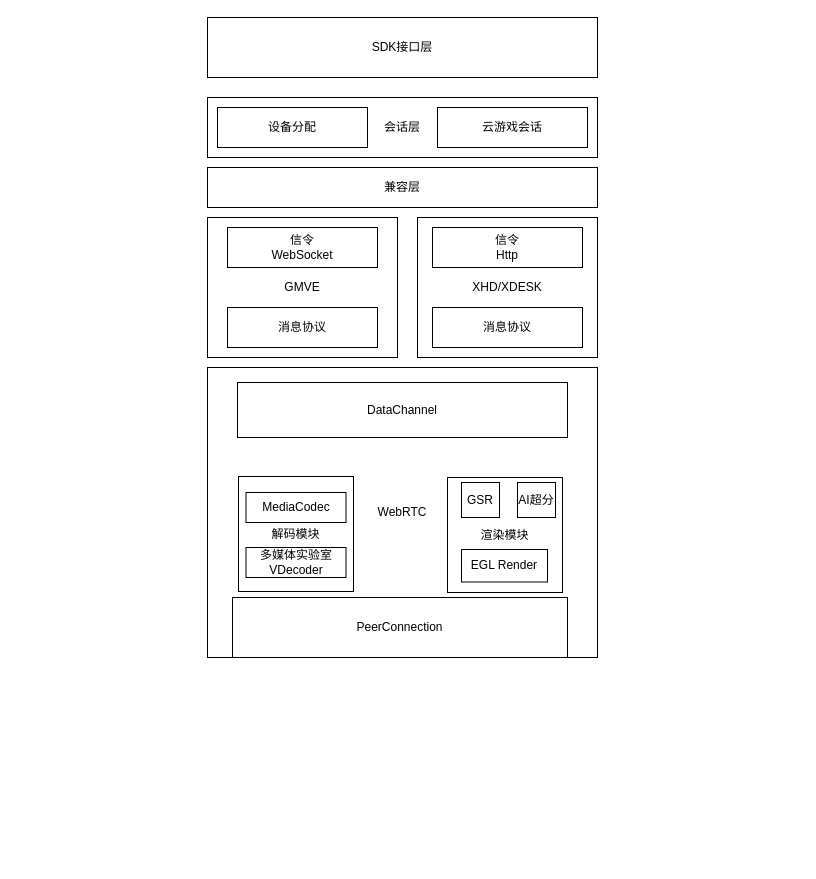
Earlier version of the draw.io diagram 多RTC架构图.drawio (Eveninger/draw.io). Source tidied: cells renumbered, new cells numbered last; positions are measured from the earlier drawing's top-left corner, leaving out a move shared by most shapes. Both pictures are drawn from the tidied source at 100%, with x=0, y=0 at pixel (207, 17).
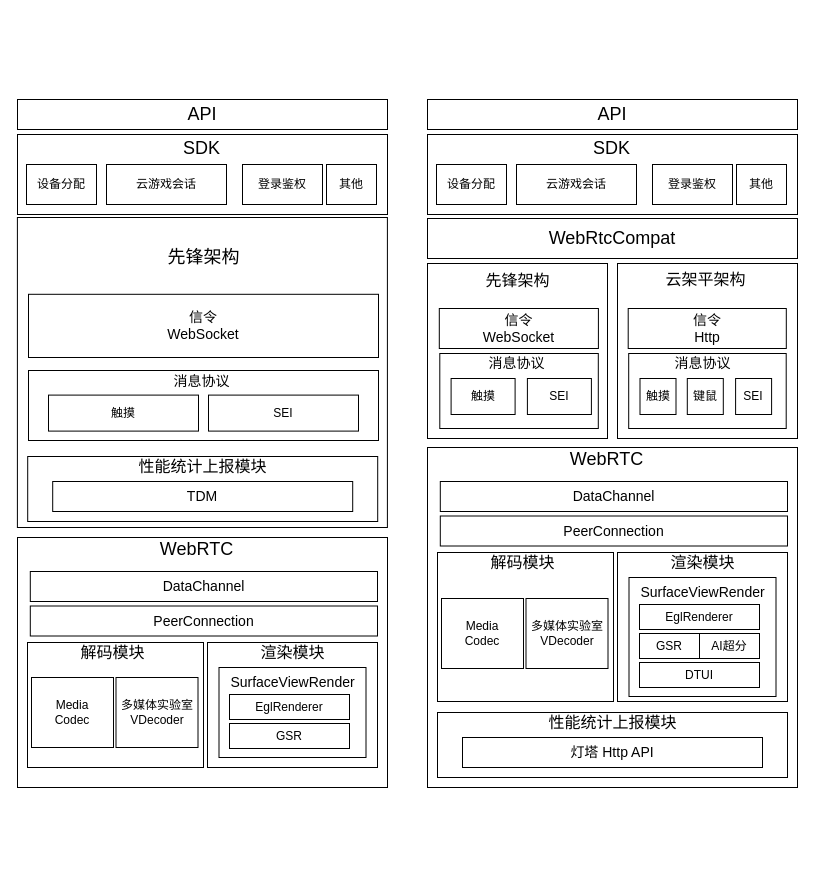
The same page after the edit.

Commit message (it also covers changes not shown here):
更新多RTC架构图.drawio

Diff of the diagram source:
```diff
@@
-    <mxCell id="2" value="会话层" style="rounded=0;whiteSpace=wrap;html=1;" parent="1" vertex="1">
-      <mxGeometry y="80" width="390" height="60" as="geometry" />
+    <mxCell id="2" style="rounded=0;whiteSpace=wrap;html=1;" parent="1" vertex="1">
+      <mxGeometry x="220" y="117" width="370" height="80" as="geometry" />
     </mxCell>
-    <mxCell id="3" value="SDK接口层" style="rounded=0;whiteSpace=wrap;html=1;" parent="1" vertex="1">
-      <mxGeometry width="390" height="60" as="geometry" />
-    </mxCell>
-    <mxCell id="4" value="设备分配" style="rounded=0;whiteSpace=wrap;html=1;" parent="1" vertex="1">
-      <mxGeometry x="10" y="90" width="150" height="40" as="geometry" />
+    <mxCell id="4" value="&lt;font face=&quot;腾讯体&quot;&gt;设备分配&lt;/font&gt;" style="rounded=0;whiteSpace=wrap;html=1;" parent="1" vertex="1">
+      <mxGeometry x="229" y="147" width="70" height="40" as="geometry" />
     </mxCell>
-    <mxCell id="5" value="云游戏会话" style="rounded=0;whiteSpace=wrap;html=1;" parent="1" vertex="1">
-      <mxGeometry x="230" y="90" width="150" height="40" as="geometry" />
+    <mxCell id="5" value="云游戏会话" style="rounded=0;whiteSpace=wrap;html=1;fontFamily=腾讯体;" parent="1" vertex="1">
+      <mxGeometry x="309" y="147" width="120" height="40" as="geometry" />
     </mxCell>
-    <mxCell id="6" value="兼容层" style="rounded=0;whiteSpace=wrap;html=1;" parent="1" vertex="1">
-      <mxGeometry y="150" width="390" height="40" as="geometry" />
+    <mxCell id="6" value="&lt;font face=&quot;腾讯体&quot;&gt;WebRtcCompat&lt;/font&gt;" style="rounded=0;whiteSpace=wrap;html=1;fontSize=18;" parent="1" vertex="1">
+      <mxGeometry x="220" y="201" width="370" height="40" as="geometry" />
     </mxCell>
-    <mxCell id="7" value="GMVE" style="rounded=0;whiteSpace=wrap;html=1;" parent="1" vertex="1">
-      <mxGeometry y="200" width="190" height="140" as="geometry" />
-    </mxCell>
-    <mxCell id="8" value="XHD/XDESK" style="rounded=0;whiteSpace=wrap;html=1;" parent="1" vertex="1">
-      <mxGeometry x="210" y="200" width="180" height="140" as="geometry" />
-    </mxCell>
-    <mxCell id="9" value="WebRTC" style="rounded=0;whiteSpace=wrap;html=1;" parent="1" vertex="1">
-      <mxGeometry y="350" width="390" height="290" as="geometry" />
+    <mxCell id="9" style="rounded=0;whiteSpace=wrap;html=1;" parent="1" vertex="1">
+      <mxGeometry x="220" y="430" width="370" height="340" as="geometry" />
     </mxCell>
-    <mxCell id="10" value="消息协议" style="rounded=0;whiteSpace=wrap;html=1;" parent="1" vertex="1">
-      <mxGeometry x="20" y="290" width="150" height="40" as="geometry" />
-    </mxCell>
-    <mxCell id="11" value="消息协议" style="rounded=0;whiteSpace=wrap;html=1;" parent="1" vertex="1">
-      <mxGeometry x="225" y="290" width="150" height="40" as="geometry" />
-    </mxCell>
-    <mxCell id="12" value="信令&lt;br&gt;WebSocket" style="rounded=0;whiteSpace=wrap;html=1;" parent="1" vertex="1">
-      <mxGeometry x="20" y="210" width="150" height="40" as="geometry" />
-    </mxCell>
+    <mxCell id="22" value="DataChannel" style="rounded=0;whiteSpace=wrap;html=1;fontFamily=腾讯体;fontSize=14;" parent="1" vertex="1">
+      <mxGeometry x="232.8" y="464" width="347.2" height="30" as="geometry" />
+    </mxCell>
+    <mxCell id="23" value="&lt;font style=&quot;font-size: 18px;&quot;&gt;API&lt;/font&gt;" style="rounded=0;whiteSpace=wrap;html=1;fontFamily=腾讯体;fontSize=16;" parent="1" vertex="1">
+      <mxGeometry x="220" y="82" width="370" height="30" as="geometry" />
+    </mxCell>
+    <mxCell id="24" value="&lt;font style=&quot;font-size: 18px;&quot;&gt;SDK&lt;/font&gt;" style="text;html=1;align=center;verticalAlign=middle;strokeColor=none;fillColor=none;fontFamily=腾讯体;" parent="1" vertex="1">
+      <mxGeometry x="374" y="111" width="60" height="40" as="geometry" />
+    </mxCell>
+    <mxCell id="25" value="WebRTC" style="text;html=1;align=center;verticalAlign=middle;strokeColor=none;fillColor=none;fontSize=18;fontFamily=腾讯体;" parent="1" vertex="1">
+      <mxGeometry x="354" y="422" width="90" height="40" as="geometry" />
+    </mxCell>
+    <mxCell id="26" value="PeerConnection" style="rounded=0;whiteSpace=wrap;html=1;fontFamily=腾讯体;fontSize=14;" parent="1" vertex="1">
+      <mxGeometry x="232.8" y="498.5" width="347.2" height="30" as="geometry" />
+    </mxCell>
+    <mxCell id="27" style="group;" parent="1" vertex="1">
+      <mxGeometry x="230" y="530" width="176" height="154" as="geometry" />
+    </mxCell>
+    <mxCell id="28" style="rounded=0;whiteSpace=wrap;html=1;" parent="27" vertex="1">
+      <mxGeometry y="5" width="176" height="149" as="geometry" />
+    </mxCell>
+    <mxCell id="29" value="解码模块" style="text;html=1;align=center;verticalAlign=middle;strokeColor=none;fillColor=none;fontFamily=腾讯体;fontSize=16;" parent="27" vertex="1">
+      <mxGeometry x="40" width="90" height="30" as="geometry" />
+    </mxCell>
+    <mxCell id="30" value="&lt;font face=&quot;腾讯体&quot;&gt;Media&lt;br&gt;Codec&lt;/font&gt;" style="rounded=0;whiteSpace=wrap;html=1;" parent="27" vertex="1">
+      <mxGeometry x="4" y="51" width="82" height="70" as="geometry" />
+    </mxCell>
+    <mxCell id="31" value="&lt;font face=&quot;腾讯体&quot;&gt;多媒体实验室&lt;/font&gt;&lt;div&gt;&lt;font face=&quot;腾讯体&quot;&gt;VDecoder&lt;/font&gt;&lt;/div&gt;" style="rounded=0;whiteSpace=wrap;html=1;" parent="27" vertex="1">
+      <mxGeometry x="88.5" y="51" width="82" height="70" as="geometry" />
+    </mxCell>
+    <mxCell id="32" style="group;" parent="1" vertex="1">
+      <mxGeometry x="410" y="530" width="170" height="154" as="geometry" />
+    </mxCell>
+    <mxCell id="33" style="rounded=0;whiteSpace=wrap;html=1;" parent="32" vertex="1">
+      <mxGeometry y="5" width="170" height="149" as="geometry" />
+    </mxCell>
+    <mxCell id="34" value="渲染模块" style="text;html=1;align=center;verticalAlign=middle;strokeColor=none;fillColor=none;fontFamily=腾讯体;fontSize=16;" parent="32" vertex="1">
+      <mxGeometry x="40" width="90" height="30" as="geometry" />
+    </mxCell>
+    <mxCell id="35" style="rounded=0;whiteSpace=wrap;html=1;" parent="32" vertex="1">
+      <mxGeometry x="11.5" y="30" width="147" height="119" as="geometry" />
+    </mxCell>
+    <mxCell id="36" value="&lt;font style=&quot;font-size: 14px;&quot;&gt;SurfaceView&lt;span style=&quot;background-color: transparent; color: light-dark(rgb(0, 0, 0), rgb(255, 255, 255));&quot;&gt;Render&lt;/span&gt;&lt;/font&gt;" style="text;html=1;align=center;verticalAlign=middle;strokeColor=none;fillColor=none;fontFamily=腾讯体;" parent="32" vertex="1">
+      <mxGeometry x="10" y="30" width="150" height="30" as="geometry" />
+    </mxCell>
+    <mxCell id="37" value="&lt;font face=&quot;腾讯体&quot;&gt;EglRenderer&lt;/font&gt;" style="rounded=0;whiteSpace=wrap;html=1;" parent="32" vertex="1">
+      <mxGeometry x="22" y="57" width="120" height="25" as="geometry" />
+    </mxCell>
+    <mxCell id="38" value="&lt;font face=&quot;腾讯体&quot;&gt;GSR&lt;/font&gt;" style="rounded=0;whiteSpace=wrap;html=1;" parent="32" vertex="1">
+      <mxGeometry x="22" y="86" width="60" height="25" as="geometry" />
+    </mxCell>
+    <mxCell id="20" value="&lt;font face=&quot;腾讯体&quot;&gt;AI超分&lt;/font&gt;" style="rounded=0;whiteSpace=wrap;html=1;" parent="32" vertex="1">
+      <mxGeometry x="82" y="86" width="60" height="25" as="geometry" />
+    </mxCell>
+    <mxCell id="39" value="&lt;font face=&quot;腾讯体&quot;&gt;DTUI&lt;/font&gt;" style="rounded=0;whiteSpace=wrap;html=1;" parent="32" vertex="1">
+      <mxGeometry x="22" y="115" width="120" height="25" as="geometry" />
+    </mxCell>
+    <mxCell id="40" style="group;" parent="1" vertex="1">
+      <mxGeometry x="410" y="246" width="180" height="175" as="geometry" />
+    </mxCell>
+    <mxCell id="41" style="rounded=0;whiteSpace=wrap;html=1;" parent="40" vertex="1">
+      <mxGeometry width="180" height="175" as="geometry" />
+    </mxCell>
+    <mxCell id="42" style="rounded=0;whiteSpace=wrap;html=1;" parent="40" vertex="1">
+      <mxGeometry x="11.2" y="90" width="157.5" height="75" as="geometry" />
+    </mxCell>
-    <mxCell id="13" value="信令&lt;br&gt;Http" style="rounded=0;whiteSpace=wrap;html=1;" parent="1" vertex="1">
-      <mxGeometry x="225" y="210" width="150" height="40" as="geometry" />
+    <mxCell id="13" value="&lt;font style=&quot;font-size: 14px;&quot; face=&quot;腾讯体&quot;&gt;信令&lt;br&gt;Http&lt;/font&gt;" style="rounded=0;whiteSpace=wrap;html=1;" parent="40" vertex="1">
+      <mxGeometry x="10.7" y="45" width="158.1" height="40" as="geometry" />
     </mxCell>
-    <mxCell id="14" value="解码模块" style="whiteSpace=wrap;html=1;" parent="1" vertex="1">
-      <mxGeometry x="31" y="459" width="115" height="115" as="geometry" />
-    </mxCell>
-    <mxCell id="15" value="MediaCodec" style="rounded=0;whiteSpace=wrap;html=1;" parent="1" vertex="1">
-      <mxGeometry x="38.5" y="475" width="100" height="30" as="geometry" />
-    </mxCell>
-    <mxCell id="16" value="多媒体实验室&lt;br&gt;VDecoder" style="rounded=0;whiteSpace=wrap;html=1;" parent="1" vertex="1">
-      <mxGeometry x="38.5" y="530" width="100" height="30" as="geometry" />
-    </mxCell>
-    <mxCell id="17" value="渲染模块" style="whiteSpace=wrap;html=1;" parent="1" vertex="1">
-      <mxGeometry x="240" y="460" width="115" height="115" as="geometry" />
-    </mxCell>
-    <mxCell id="18" value="EGL Render" style="rounded=0;whiteSpace=wrap;html=1;" parent="1" vertex="1">
-      <mxGeometry x="254" y="532" width="86" height="32.5" as="geometry" />
-    </mxCell>
-    <mxCell id="19" value="GSR" style="rounded=0;whiteSpace=wrap;html=1;" parent="1" vertex="1">
-      <mxGeometry x="254" y="465" width="38" height="35" as="geometry" />
-    </mxCell>
-    <mxCell id="20" value="AI超分" style="rounded=0;whiteSpace=wrap;html=1;" parent="1" vertex="1">
-      <mxGeometry x="310" y="465" width="38" height="35" as="geometry" />
-    </mxCell>
-    <mxCell id="21" value="PeerConnection" style="rounded=0;whiteSpace=wrap;html=1;" parent="1" vertex="1">
-      <mxGeometry x="25" y="580" width="335" height="60" as="geometry" />
-    </mxCell>
-    <mxCell id="22" value="DataChannel" style="rounded=0;whiteSpace=wrap;html=1;" parent="1" vertex="1">
-      <mxGeometry x="30" y="365" width="330" height="55" as="geometry" />
-    </mxCell>
+    <mxCell id="43" value="云架平架构" style="text;html=1;align=center;verticalAlign=middle;strokeColor=none;fillColor=none;fontSize=16;fontFamily=腾讯体;" parent="40" vertex="1">
+      <mxGeometry x="37.7" y="1" width="100" height="30" as="geometry" />
+    </mxCell>
+    <mxCell id="44" value="&lt;font style=&quot;font-size: 14px;&quot; face=&quot;腾讯体&quot;&gt;消息协议&lt;/font&gt;" style="text;html=1;align=center;verticalAlign=middle;strokeColor=none;fillColor=none;" parent="40" vertex="1">
+      <mxGeometry x="45" y="85" width="80" height="30" as="geometry" />
+    </mxCell>
+    <mxCell id="45" value="触摸" style="whiteSpace=wrap;html=1;fontFamily=腾讯体;" parent="40" vertex="1">
+      <mxGeometry x="22.5" y="115" width="36" height="36" as="geometry" />
+    </mxCell>
+    <mxCell id="46" value="键鼠" style="whiteSpace=wrap;html=1;fontFamily=腾讯体;" parent="40" vertex="1">
+      <mxGeometry x="69.8" y="115" width="36" height="36" as="geometry" />
+    </mxCell>
+    <mxCell id="47" value="SEI" style="whiteSpace=wrap;html=1;fontFamily=腾讯体;" parent="40" vertex="1">
+      <mxGeometry x="118.1" y="115" width="36" height="36" as="geometry" />
+    </mxCell>
+    <mxCell id="48" style="group;" parent="1" vertex="1">
+      <mxGeometry x="221" y="246" width="180" height="175" as="geometry" />
+    </mxCell>
+    <mxCell id="49" style="rounded=0;whiteSpace=wrap;html=1;" parent="48" vertex="1">
+      <mxGeometry x="-1" width="180" height="175" as="geometry" />
+    </mxCell>
+    <mxCell id="50" style="rounded=0;whiteSpace=wrap;html=1;" parent="48" vertex="1">
+      <mxGeometry x="11.3" y="90" width="158.5" height="75" as="geometry" />
+    </mxCell>
+    <mxCell id="51" value="&lt;font face=&quot;腾讯体&quot;&gt;&lt;span style=&quot;font-size: 14px;&quot;&gt;信令&lt;br&gt;WebSocket&lt;/span&gt;&lt;/font&gt;" style="rounded=0;whiteSpace=wrap;html=1;" parent="48" vertex="1">
+      <mxGeometry x="10.8" y="45" width="159.1" height="40" as="geometry" />
+    </mxCell>
+    <mxCell id="52" value="先锋架构" style="text;html=1;align=center;verticalAlign=middle;strokeColor=none;fillColor=none;fontSize=16;fontFamily=腾讯体;" parent="48" vertex="1">
+      <mxGeometry x="43.5" y="2" width="90" height="30" as="geometry" />
+    </mxCell>
+    <mxCell id="53" value="&lt;font style=&quot;font-size: 14px;&quot; face=&quot;腾讯体&quot;&gt;消息协议&lt;/font&gt;" style="text;html=1;align=center;verticalAlign=middle;strokeColor=none;fillColor=none;" parent="48" vertex="1">
+      <mxGeometry x="48.3" y="85" width="80" height="30" as="geometry" />
+    </mxCell>
+    <mxCell id="54" value="触摸" style="whiteSpace=wrap;html=1;fontFamily=腾讯体;" parent="48" vertex="1">
+      <mxGeometry x="22.6" y="115" width="64" height="36" as="geometry" />
+    </mxCell>
+    <mxCell id="55" value="SEI" style="whiteSpace=wrap;html=1;fontFamily=腾讯体;" parent="48" vertex="1">
+      <mxGeometry x="98.9" y="115" width="64" height="36" as="geometry" />
+    </mxCell>
+    <mxCell id="56" value="登录鉴权" style="rounded=0;whiteSpace=wrap;html=1;fontFamily=腾讯体;" parent="1" vertex="1">
+      <mxGeometry x="445" y="147" width="80" height="40" as="geometry" />
+    </mxCell>
+    <mxCell id="57" value="其他" style="rounded=0;whiteSpace=wrap;html=1;fontFamily=腾讯体;" parent="1" vertex="1">
+      <mxGeometry x="529" y="147" width="50" height="40" as="geometry" />
+    </mxCell>
+    <mxCell id="58" style="group;" parent="1" vertex="1">
+      <mxGeometry x="230" y="690" width="350" height="154" as="geometry" />
+    </mxCell>
+    <mxCell id="59" style="group;" parent="58" vertex="1">
+      <mxGeometry width="350" height="70" as="geometry" />
+    </mxCell>
+    <mxCell id="60" style="rounded=0;whiteSpace=wrap;html=1;" parent="59" vertex="1">
+      <mxGeometry y="5" width="350" height="65" as="geometry" />
+    </mxCell>
+    <mxCell id="61" value="性能统计上报模块" style="text;html=1;align=center;verticalAlign=middle;strokeColor=none;fillColor=none;fontFamily=腾讯体;fontSize=16;" parent="59" vertex="1">
+      <mxGeometry x="100" width="150" height="30" as="geometry" />
+    </mxCell>
+    <mxCell id="62" value="灯塔 Http API" style="rounded=0;whiteSpace=wrap;html=1;fontFamily=腾讯体;fontSize=14;" parent="59" vertex="1">
+      <mxGeometry x="25" y="30" width="300" height="30" as="geometry" />
+    </mxCell>
+    <mxCell id="63" style="rounded=0;whiteSpace=wrap;html=1;" parent="1" vertex="1">
+      <mxGeometry x="-190" y="117" width="370" height="80" as="geometry" />
+    </mxCell>
+    <mxCell id="64" value="&lt;font face=&quot;腾讯体&quot;&gt;设备分配&lt;/font&gt;" style="rounded=0;whiteSpace=wrap;html=1;" parent="1" vertex="1">
+      <mxGeometry x="-181" y="147" width="70" height="40" as="geometry" />
+    </mxCell>
+    <mxCell id="65" value="云游戏会话" style="rounded=0;whiteSpace=wrap;html=1;fontFamily=腾讯体;" parent="1" vertex="1">
+      <mxGeometry x="-101" y="147" width="120" height="40" as="geometry" />
+    </mxCell>
+    <mxCell id="66" style="rounded=0;whiteSpace=wrap;html=1;" parent="1" vertex="1">
+      <mxGeometry x="-190" y="520" width="370" height="250" as="geometry" />
+    </mxCell>
+    <mxCell id="67" value="DataChannel" style="rounded=0;whiteSpace=wrap;html=1;fontFamily=腾讯体;fontSize=14;" parent="1" vertex="1">
+      <mxGeometry x="-177.2" y="554" width="347.2" height="30" as="geometry" />
+    </mxCell>
+    <mxCell id="68" value="&lt;font style=&quot;font-size: 18px;&quot;&gt;API&lt;/font&gt;" style="rounded=0;whiteSpace=wrap;html=1;fontFamily=腾讯体;fontSize=16;" parent="1" vertex="1">
+      <mxGeometry x="-190" y="82" width="370" height="30" as="geometry" />
+    </mxCell>
+    <mxCell id="69" value="&lt;font style=&quot;font-size: 18px;&quot;&gt;SDK&lt;/font&gt;" style="text;html=1;align=center;verticalAlign=middle;strokeColor=none;fillColor=none;fontFamily=腾讯体;" parent="1" vertex="1">
+      <mxGeometry x="-36" y="111" width="60" height="40" as="geometry" />
+    </mxCell>
+    <mxCell id="70" value="WebRTC" style="text;html=1;align=center;verticalAlign=middle;strokeColor=none;fillColor=none;fontSize=18;fontFamily=腾讯体;" parent="1" vertex="1">
+      <mxGeometry x="-56" y="512" width="90" height="40" as="geometry" />
+    </mxCell>
+    <mxCell id="71" value="PeerConnection" style="rounded=0;whiteSpace=wrap;html=1;fontFamily=腾讯体;fontSize=14;" parent="1" vertex="1">
+      <mxGeometry x="-177.2" y="588.5" width="347.2" height="30" as="geometry" />
+    </mxCell>
+    <mxCell id="72" style="group;" parent="1" vertex="1">
+      <mxGeometry x="-180" y="620" width="176" height="154" as="geometry" />
+    </mxCell>
+    <mxCell id="73" style="rounded=0;whiteSpace=wrap;html=1;" parent="72" vertex="1">
+      <mxGeometry y="5" width="176" height="125" as="geometry" />
+    </mxCell>
+    <mxCell id="74" value="解码模块" style="text;html=1;align=center;verticalAlign=middle;strokeColor=none;fillColor=none;fontFamily=腾讯体;fontSize=16;" parent="72" vertex="1">
+      <mxGeometry x="40" width="90" height="30" as="geometry" />
+    </mxCell>
+    <mxCell id="75" value="&lt;font face=&quot;腾讯体&quot;&gt;Media&lt;br&gt;Codec&lt;/font&gt;" style="rounded=0;whiteSpace=wrap;html=1;" parent="72" vertex="1">
+      <mxGeometry x="4" y="40" width="82" height="70" as="geometry" />
+    </mxCell>
+    <mxCell id="76" value="&lt;font face=&quot;腾讯体&quot;&gt;多媒体实验室&lt;/font&gt;&lt;div&gt;&lt;font face=&quot;腾讯体&quot;&gt;VDecoder&lt;/font&gt;&lt;/div&gt;" style="rounded=0;whiteSpace=wrap;html=1;" parent="72" vertex="1">
+      <mxGeometry x="88.5" y="40" width="82" height="70" as="geometry" />
+    </mxCell>
+    <mxCell id="77" style="group;" parent="1" vertex="1">
+      <mxGeometry y="620" width="170" height="154" as="geometry" />
+    </mxCell>
+    <mxCell id="78" style="rounded=0;whiteSpace=wrap;html=1;" parent="77" vertex="1">
+      <mxGeometry y="5" width="170" height="125" as="geometry" />
+    </mxCell>
+    <mxCell id="79" value="渲染模块" style="text;html=1;align=center;verticalAlign=middle;strokeColor=none;fillColor=none;fontFamily=腾讯体;fontSize=16;" parent="77" vertex="1">
+      <mxGeometry x="40" width="90" height="30" as="geometry" />
+    </mxCell>
+    <mxCell id="80" style="rounded=0;whiteSpace=wrap;html=1;" parent="77" vertex="1">
+      <mxGeometry x="11.5" y="30" width="147" height="90" as="geometry" />
+    </mxCell>
+    <mxCell id="81" value="&lt;font style=&quot;font-size: 14px;&quot;&gt;SurfaceView&lt;span style=&quot;background-color: transparent; color: light-dark(rgb(0, 0, 0), rgb(255, 255, 255));&quot;&gt;Render&lt;/span&gt;&lt;/font&gt;" style="text;html=1;align=center;verticalAlign=middle;strokeColor=none;fillColor=none;fontFamily=腾讯体;" parent="77" vertex="1">
+      <mxGeometry x="10" y="30" width="150" height="30" as="geometry" />
+    </mxCell>
+    <mxCell id="82" value="&lt;font face=&quot;腾讯体&quot;&gt;EglRenderer&lt;/font&gt;" style="rounded=0;whiteSpace=wrap;html=1;" parent="77" vertex="1">
+      <mxGeometry x="22" y="57" width="120" height="25" as="geometry" />
+    </mxCell>
+    <mxCell id="83" value="&lt;font face=&quot;腾讯体&quot;&gt;GSR&lt;/font&gt;" style="rounded=0;whiteSpace=wrap;html=1;" parent="77" vertex="1">
+      <mxGeometry x="22" y="86" width="120" height="25" as="geometry" />
+    </mxCell>
+    <mxCell id="84" value="登录鉴权" style="rounded=0;whiteSpace=wrap;html=1;fontFamily=腾讯体;" parent="1" vertex="1">
+      <mxGeometry x="35" y="147" width="80" height="40" as="geometry" />
+    </mxCell>
+    <mxCell id="85" value="其他" style="rounded=0;whiteSpace=wrap;html=1;fontFamily=腾讯体;" parent="1" vertex="1">
+      <mxGeometry x="119" y="147" width="50" height="40" as="geometry" />
+    </mxCell>
+    <mxCell id="86" style="rounded=0;whiteSpace=wrap;html=1;" parent="1" vertex="1">
+      <mxGeometry x="-190.1" y="200" width="370" height="310" as="geometry" />
+    </mxCell>
+    <mxCell id="87" style="rounded=0;whiteSpace=wrap;html=1;" parent="1" vertex="1">
+      <mxGeometry x="-179" y="353" width="350" height="70" as="geometry" />
+    </mxCell>
+    <mxCell id="88" value="&lt;font style=&quot;font-size: 14px;&quot; face=&quot;腾讯体&quot;&gt;信令&lt;br&gt;WebSocket&lt;/font&gt;" style="rounded=0;whiteSpace=wrap;html=1;" parent="1" vertex="1">
+      <mxGeometry x="-179" y="276.8" width="350" height="63.2" as="geometry" />
+    </mxCell>
+    <mxCell id="89" value="先锋架构" style="text;html=1;align=center;verticalAlign=middle;strokeColor=none;fillColor=none;fontSize=18;fontFamily=腾讯体;" parent="1" vertex="1">
+      <mxGeometry x="-53.6" y="220" width="100" height="40" as="geometry" />
+    </mxCell>
+    <mxCell id="90" value="&lt;font style=&quot;font-size: 14px;&quot; face=&quot;腾讯体&quot;&gt;消息协议&lt;/font&gt;" style="text;html=1;align=center;verticalAlign=middle;strokeColor=none;fillColor=none;" parent="1" vertex="1">
+      <mxGeometry x="-46.2" y="349.3" width="80" height="30" as="geometry" />
+    </mxCell>
+    <mxCell id="91" value="触摸" style="whiteSpace=wrap;html=1;fontFamily=腾讯体;" parent="1" vertex="1">
+      <mxGeometry x="-159" y="377.6" width="150" height="36" as="geometry" />
+    </mxCell>
+    <mxCell id="92" value="SEI" style="whiteSpace=wrap;html=1;fontFamily=腾讯体;" parent="1" vertex="1">
+      <mxGeometry x="1" y="377.6" width="150" height="36" as="geometry" />
+    </mxCell>
+    <mxCell id="93" style="rounded=0;whiteSpace=wrap;html=1;" parent="1" vertex="1">
+      <mxGeometry x="-179.8" y="439" width="350" height="65" as="geometry" />
+    </mxCell>
+    <mxCell id="94" value="性能统计上报模块" style="text;html=1;align=center;verticalAlign=middle;strokeColor=none;fillColor=none;fontFamily=腾讯体;fontSize=16;" parent="1" vertex="1">
+      <mxGeometry x="-79.8" y="434" width="150" height="30" as="geometry" />
+    </mxCell>
+    <mxCell id="95" value="TDM" style="rounded=0;whiteSpace=wrap;html=1;fontFamily=腾讯体;fontSize=14;" parent="1" vertex="1">
+      <mxGeometry x="-154.8" y="464" width="300" height="30" as="geometry" />
+    </mxCell>
```
